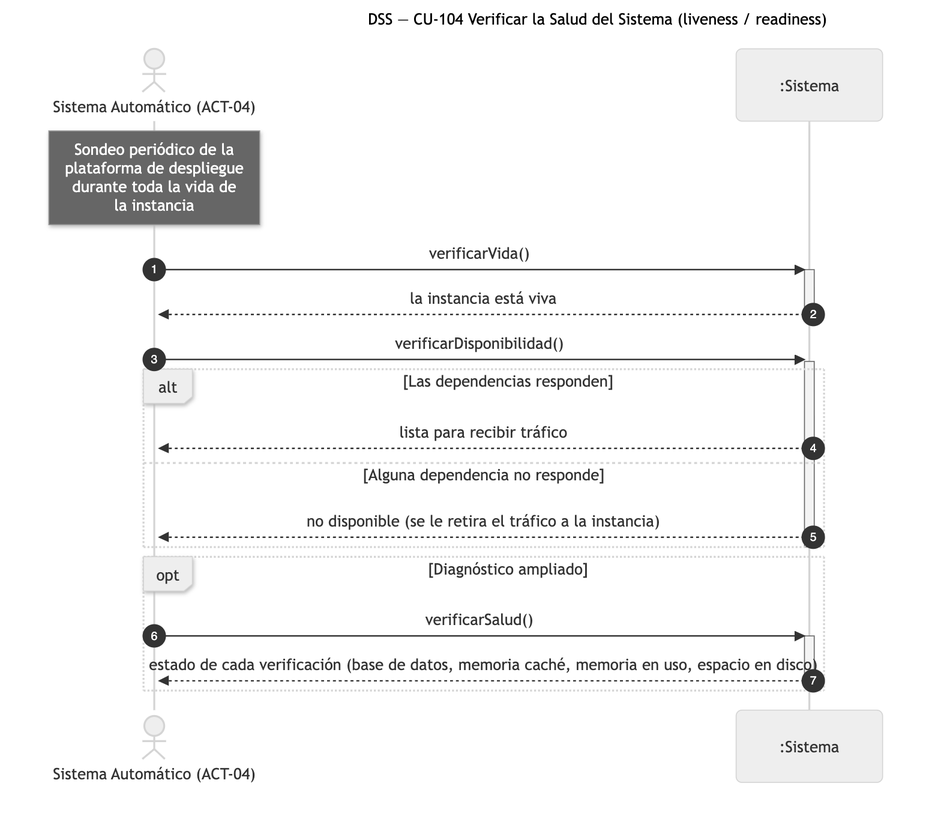
This is diagramas/png/DSS_CU-104_Verificar-La-Salud-Del-Sistema.png from Nahuelito-Dev/splg-docs, a Mermaid export, as it was before one commit. Its source is kept beside it as diagramas/DSS_CU-104_Verificar-La-Salud-Del-Sistema.mmd. Source of this version:
```mermaid
sequenceDiagram
    title DSS — CU-104 Verificar la Salud del Sistema (liveness / readiness)
    autonumber
    actor SAU as Sistema Automático (ACT-04)
    participant SIS as :Sistema

    Note over SAU: Sondeo periódico de la<br/>plataforma de despliegue<br/>durante toda la vida de<br/>la instancia

    SAU->>SIS: verificarVida()
    activate SIS
    SIS-->>SAU: la instancia está viva
    deactivate SIS

    SAU->>SIS: verificarDisponibilidad()
    activate SIS
    alt Las dependencias responden
        SIS-->>SAU: lista para recibir tráfico
    else Alguna dependencia no responde
        SIS-->>SAU: no disponible (se le retira el tráfico a la instancia)
    end
    deactivate SIS

    opt Diagnóstico ampliado
        SAU->>SIS: verificarSalud()
        activate SIS
        SIS-->>SAU: estado de cada verificación (base de datos, memoria caché, memoria en uso, espacio en disco)
        deactivate SIS
    end
```
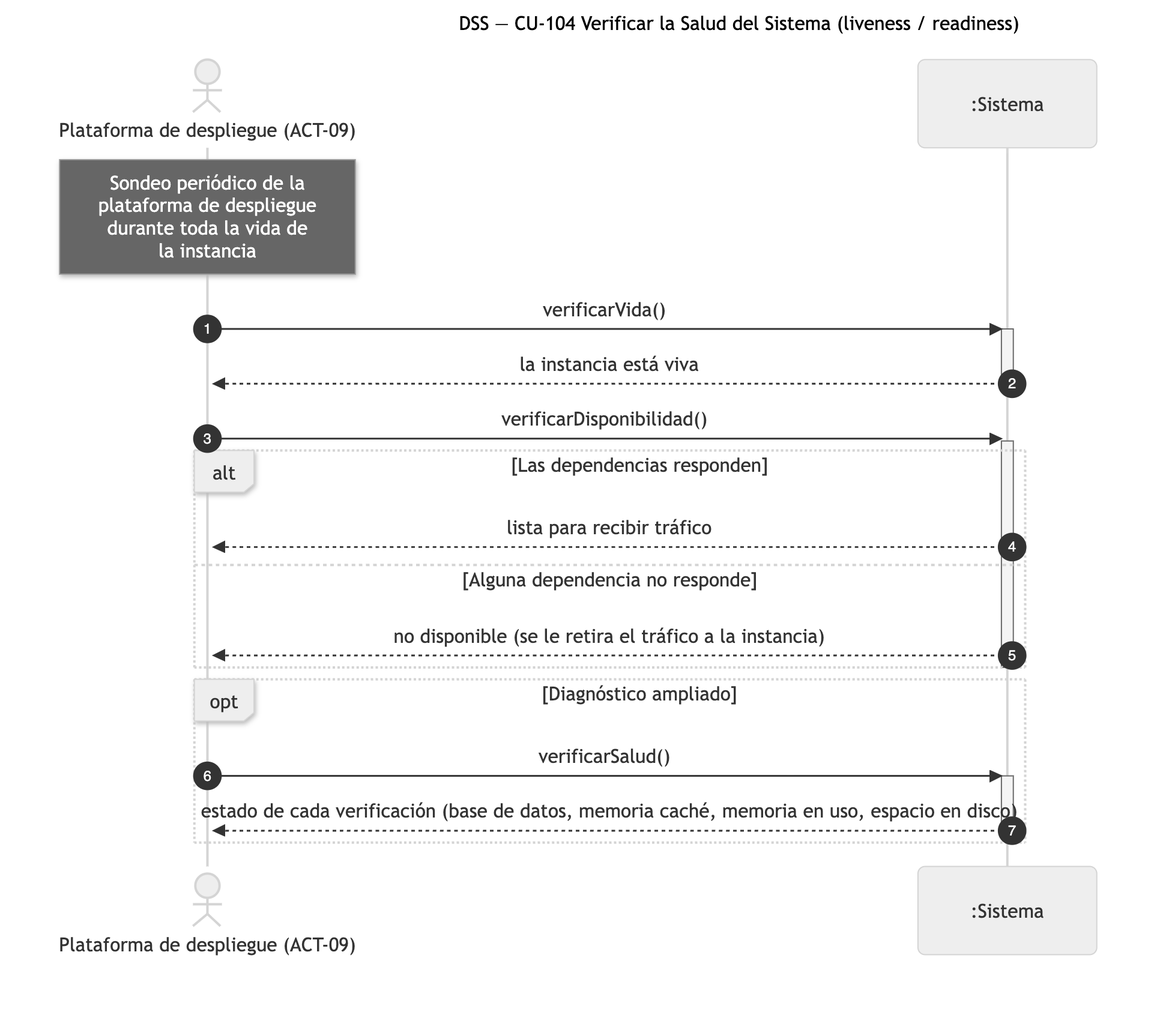
Later version of the same file.

What changed in the source:
```diff
@@ -1,28 +1,28 @@
 sequenceDiagram
     title DSS — CU-104 Verificar la Salud del Sistema (liveness / readiness)
     autonumber
-    actor SAU as Sistema Automático (ACT-04)
+    actor PLA as Plataforma de despliegue (ACT-09)
     participant SIS as :Sistema
 
-    Note over SAU: Sondeo periódico de la<br/>plataforma de despliegue<br/>durante toda la vida de<br/>la instancia
+    Note over PLA: Sondeo periódico de la<br/>plataforma de despliegue<br/>durante toda la vida de<br/>la instancia
 
-    SAU->>SIS: verificarVida()
+    PLA->>SIS: verificarVida()
     activate SIS
-    SIS-->>SAU: la instancia está viva
+    SIS-->>PLA: la instancia está viva
     deactivate SIS
 
-    SAU->>SIS: verificarDisponibilidad()
+    PLA->>SIS: verificarDisponibilidad()
     activate SIS
     alt Las dependencias responden
-        SIS-->>SAU: lista para recibir tráfico
+        SIS-->>PLA: lista para recibir tráfico
     else Alguna dependencia no responde
-        SIS-->>SAU: no disponible (se le retira el tráfico a la instancia)
+        SIS-->>PLA: no disponible (se le retira el tráfico a la instancia)
     end
     deactivate SIS
 
     opt Diagnóstico ampliado
-        SAU->>SIS: verificarSalud()
+        PLA->>SIS: verificarSalud()
         activate SIS
-        SIS-->>SAU: estado de cada verificación (base de datos, memoria caché, memoria en uso, espacio en disco)
+        SIS-->>PLA: estado de cada verificación (base de datos, memoria caché, memoria en uso, espacio en disco)
         deactivate SIS
     end
```
